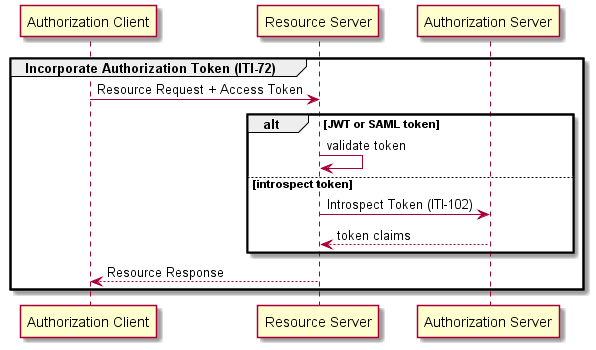
Above: media/incorporate-token.png in IHE/ITI.IUA (PlantUML), before the change. Its diagram source:
```plantuml
@startuml incorporate-token

participant "Authorization Client" as client
participant "Resource Server" as rs
participant "Authorization Server" as as

group Incorporate Authorization Token (ITI-72)

client -> rs : Resource Request + Access Token

alt JWT or SAML token
  rs -> rs: validate token

else introspect token
    rs -> as : Introspect Token (ITI-102)
    as --> rs: token claims
end

client <-- rs : Resource Response
end
@enduml
```
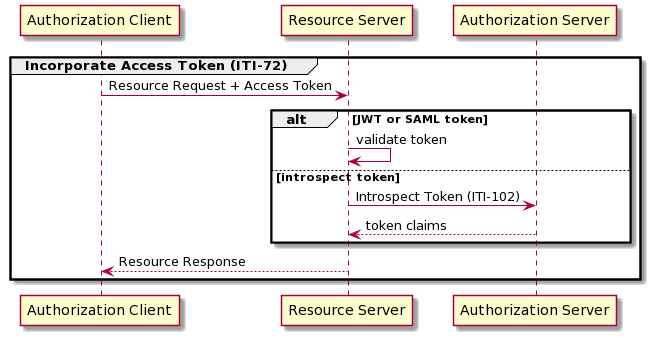
After the commit.

Commit message:
change Authorization Token to Access Token. closes #17

Diff of the diagram source:
```diff
@@ -1,10 +1,9 @@
-@startuml incorporate-token
-
+@startuml
 participant "Authorization Client" as client
 participant "Resource Server" as rs
 participant "Authorization Server" as as
 
-group Incorporate Authorization Token (ITI-72)
+group Incorporate Access Token (ITI-72)
 
 client -> rs : Resource Request + Access Token
 
```
